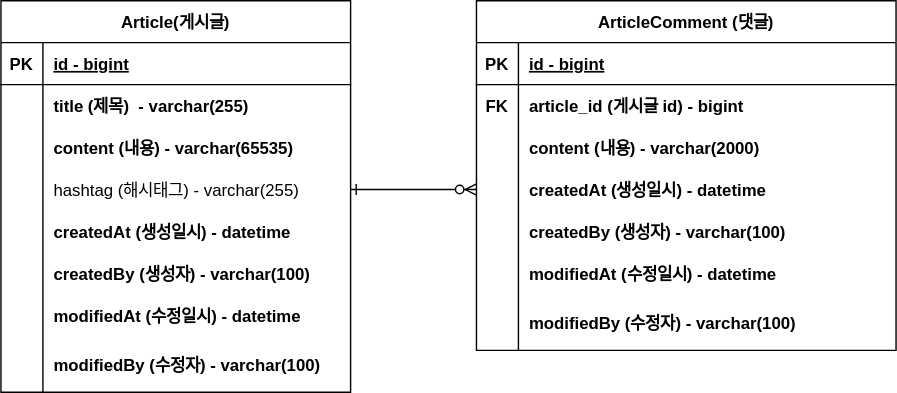
HUN0904/project-board keeps this draw.io diagram as document/board-erd.svg. Above is the earlier version. Source tidied: cells renumbered, new cells last; positions are measured from the earlier drawing's top-left corner, leaving out a move shared by most shapes.
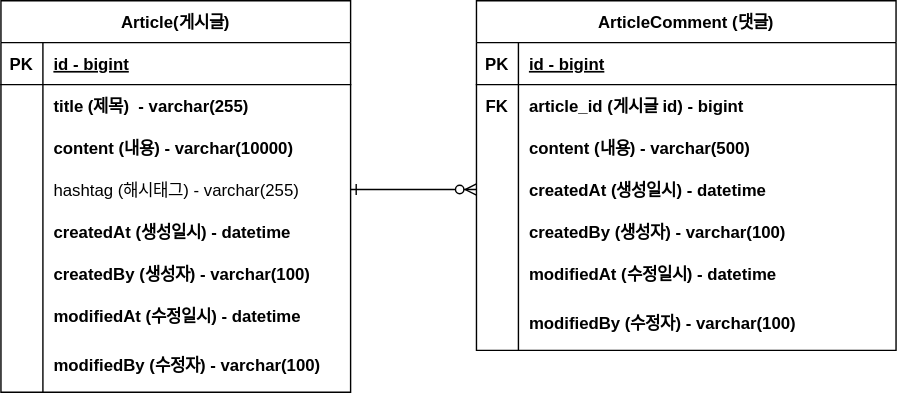
After the change.

The edit, as a diff of the source:
```diff
@@ -32,7 +32,7 @@
     <mxCell id="11" style="shape=partialRectangle;overflow=hidden;fillColor=none;top=0;left=0;bottom=0;right=0;" parent="10" vertex="1">
       <mxGeometry width="30" height="30" as="geometry" />
     </mxCell>
-    <mxCell id="12" value="content (내용) - varchar(2000)" style="shape=partialRectangle;overflow=hidden;fillColor=none;top=0;left=0;bottom=0;right=0;align=left;spacingLeft=6;fontStyle=1;" parent="10" vertex="1">
+    <mxCell id="12" value="content (내용) - varchar(500)" style="shape=partialRectangle;overflow=hidden;fillColor=none;top=0;left=0;bottom=0;right=0;align=left;spacingLeft=6;fontStyle=1;" parent="10" vertex="1">
       <mxGeometry x="30" width="270" height="30" as="geometry" />
     </mxCell>
     <mxCell id="13" style="shape=partialRectangle;fillColor=none;points=[[0,0.5],[1,0.5]];portConstraint=eastwest;top=0;left=0;right=0;bottom=0;" parent="3" vertex="1">
@@ -98,7 +98,7 @@
     <mxCell id="33" style="shape=partialRectangle;overflow=hidden;fillColor=none;top=0;left=0;bottom=0;right=0;" parent="32" vertex="1">
       <mxGeometry width="30" height="30" as="geometry" />
     </mxCell>
-    <mxCell id="34" value="content (내용) - varchar(65535)" style="shape=partialRectangle;overflow=hidden;fillColor=none;top=0;left=0;bottom=0;right=0;align=left;spacingLeft=6;fontStyle=1;" parent="32" vertex="1">
+    <mxCell id="34" value="content (내용) - varchar(10000)" style="shape=partialRectangle;overflow=hidden;fillColor=none;top=0;left=0;bottom=0;right=0;align=left;spacingLeft=6;fontStyle=1;" parent="32" vertex="1">
       <mxGeometry x="30" width="220" height="30" as="geometry" />
     </mxCell>
     <mxCell id="35" style="shape=partialRectangle;fillColor=none;points=[[0,0.5],[1,0.5]];portConstraint=eastwest;top=0;left=0;right=0;bottom=0;" parent="25" vertex="1">
```
